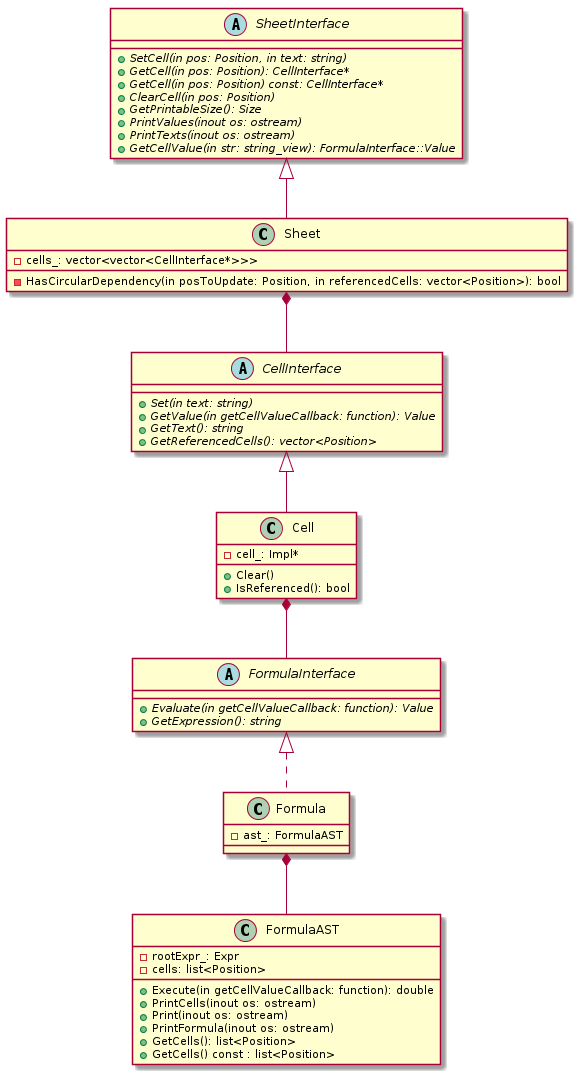
Above: uml/png/table.png in kazarynau/YandexPraktikumFinal (PlantUML), before the change.
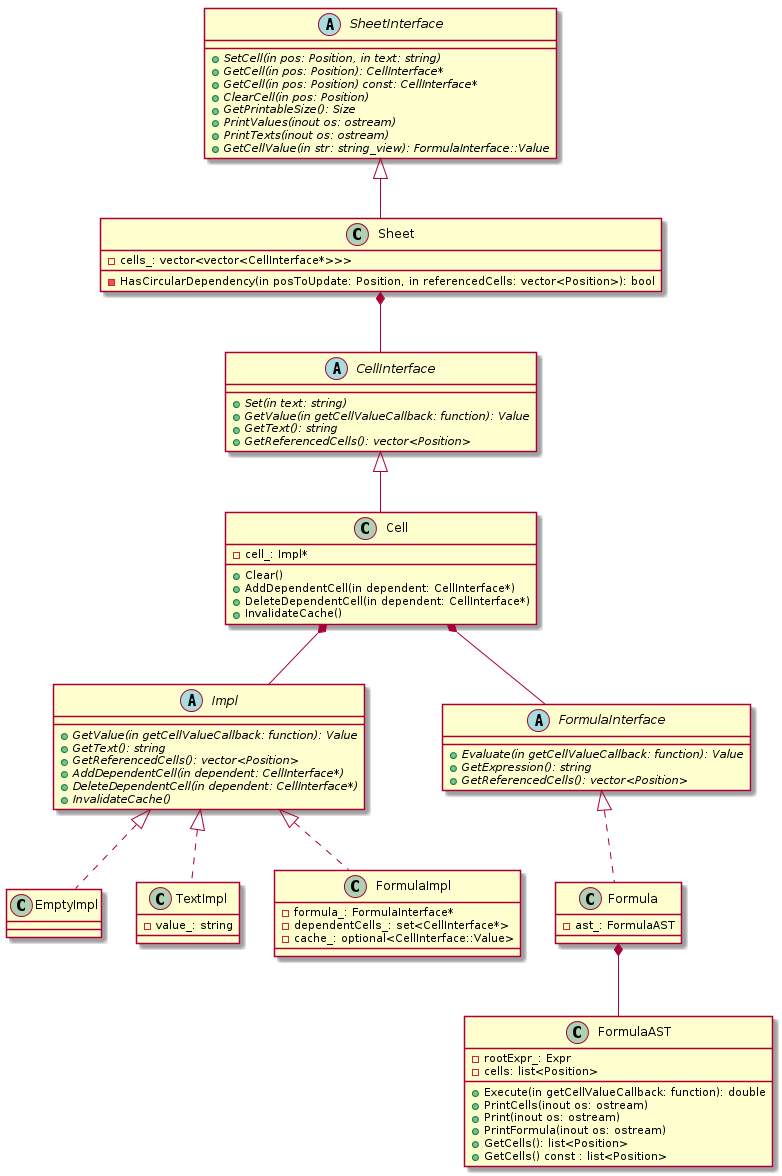
After the commit.

Diff of the diagram source:
```diff
@@ -1,4 +1,31 @@
 @startuml
+
+
+abstract class Impl {
+    +{abstract} GetValue(in getCellValueCallback: function): Value
+    +{abstract} GetText(): string
+    +{abstract} GetReferencedCells(): vector<Position>
+    +{abstract} AddDependentCell(in dependent: CellInterface*)
+    +{abstract} DeleteDependentCell(in dependent: CellInterface*)
+    +{abstract} InvalidateCache()
+}
+
+class EmptyImpl {
+}
+
+class TextImpl {
+    -value_: string
+}
+
+class FormulaImpl {
+    -formula_: FormulaInterface*
+    -dependentCells_: set<CellInterface*>
+    -cache_: optional<CellInterface::Value>
+}
+
+class EmptyImpl implements Impl
+class TextImpl implements Impl
+class FormulaImpl implements Impl
 
 
 abstract class CellInterface {
@@ -10,11 +37,14 @@
 
 class Cell {
     +Clear()
-    +IsReferenced(): bool
+    +AddDependentCell(in dependent: CellInterface*)
+    +DeleteDependentCell(in dependent: CellInterface*)
+    +InvalidateCache()
     -cell_: Impl*
 }
 
 class Cell extends CellInterface
+Cell *-r- Impl
 
 
 abstract class SheetInterface {
@@ -81,6 +111,7 @@
 abstract class FormulaInterface {
     +{abstract} Evaluate(in getCellValueCallback: function): Value
     +{abstract} GetExpression(): string
+    +{abstract} GetReferencedCells(): vector<Position>
 }
 
 class Formula {
```
